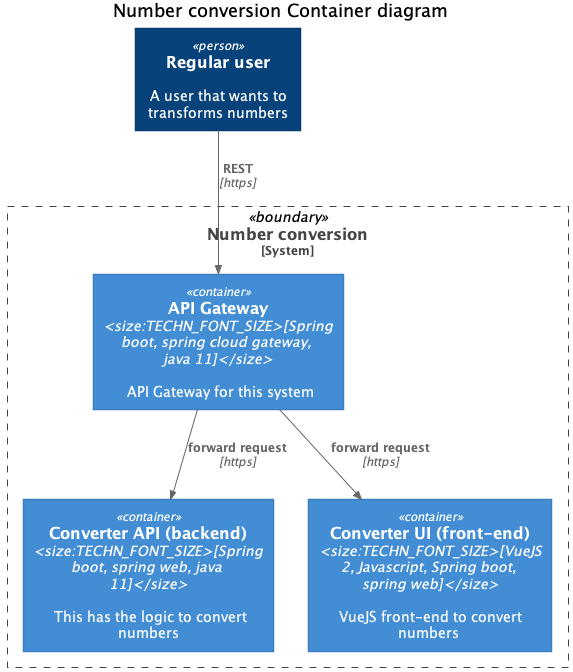
The PlantUML diagram c4model/containers.png in jsanin/converter, before a commit. Its diagram source:
```plantuml
@startuml
!include includePuml/C4_Container.puml

top to bottom direction

title Number conversion Container diagram

Person(user, "Regular user", "A user that wants to transforms numbers")

System_Boundary(converter, "Number conversion") {
    Container(gateway, "API Gateway", "Spring boot, spring cloud gateway, java 11", "API Gateway for this system")
    Container(converterApi, "Converter API (backend)", "Spring boot, spring web, java 11", "This has the logic to convert numbers")
    Container(converterUi, "Converter UI (front-end)", "VueJS 2, Javascript, Spring boot, spring web", "VueJS front-end to convert numbers ")
}

Rel(user, gateway, "REST", "https")

Rel(gateway, converterApi, "forward request", "https")
Rel(gateway, converterUi, "forward request", "https")

@enduml
```
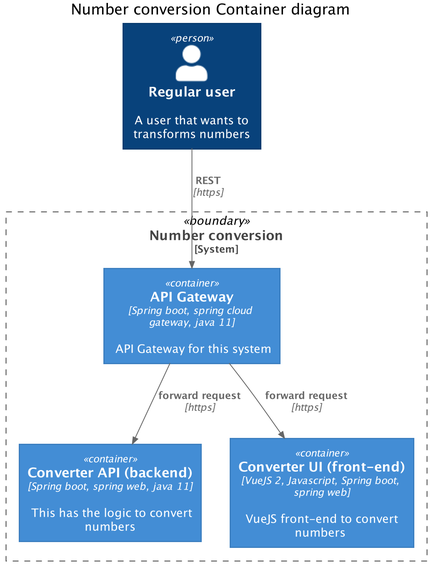
Above is the later version.

Commit message:
Update plantUml diagrams and includes

Change to the diagram source:
```diff
@@ -1,5 +1,5 @@
 @startuml
-!include includePuml/C4_Container.puml
+!include https://raw.githubusercontent.com/plantuml-stdlib/C4-PlantUML/master/C4_Container.puml
 
 top to bottom direction
 
```
